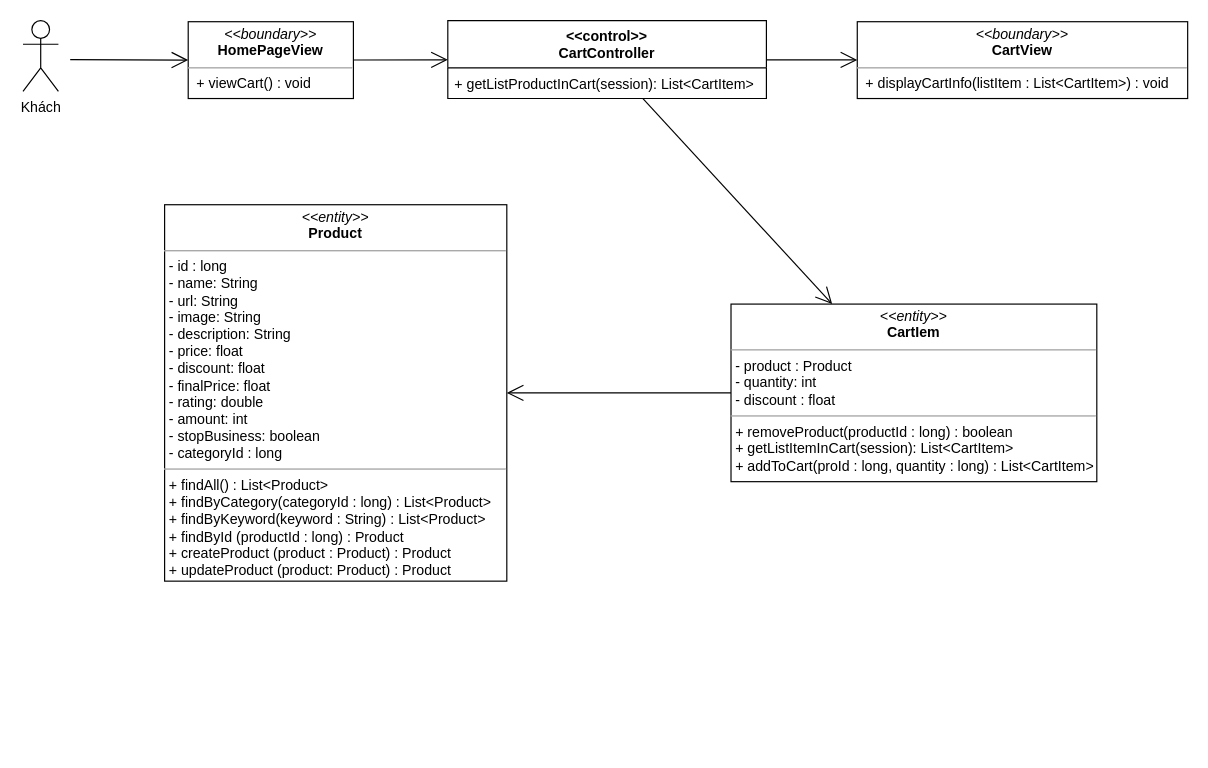
Before: class diagram/view-cart-class-diagram.drawio in nguyenphamvan/datn_20202, a draw.io diagram. Source tidied: cells renumbered, new cells numbered last; positions are measured from the earlier drawing's top-left corner, leaving out a move shared by most shapes. Both pictures are drawn from the tidied source at 118%, with x=0, y=0 at pixel (22, 20).
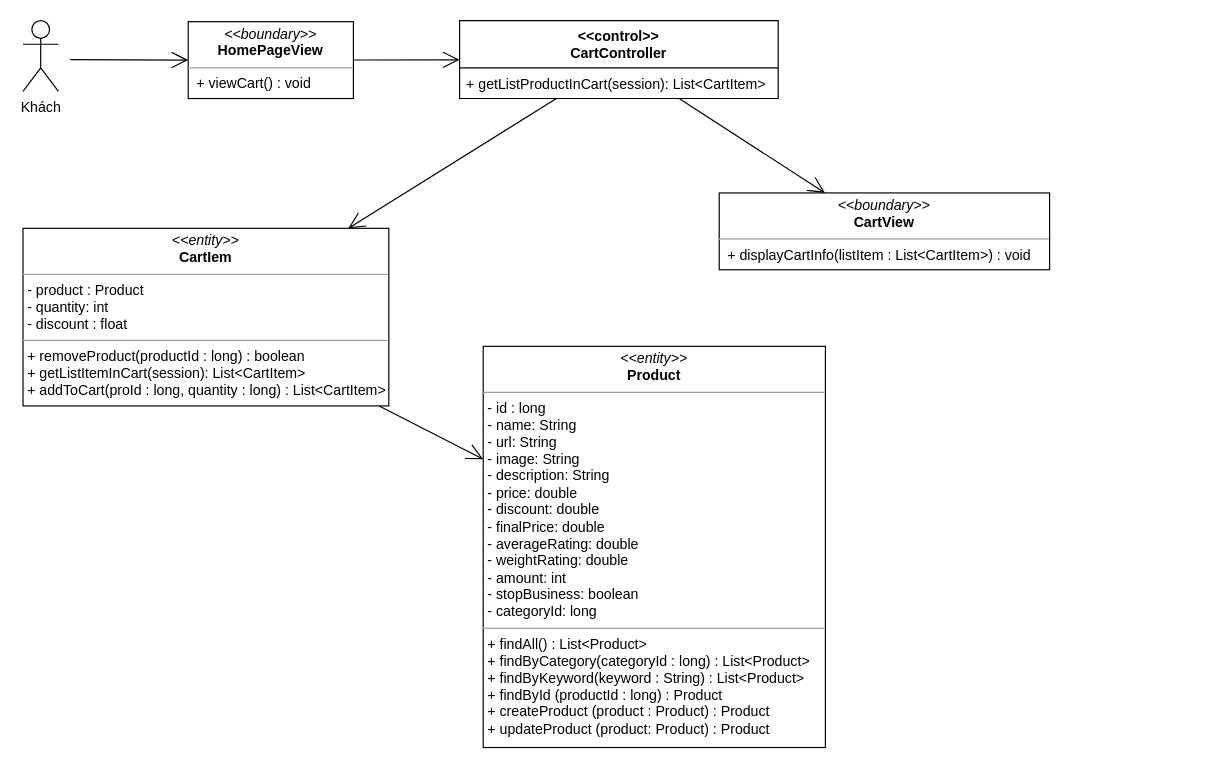
Above is the later version.

What changed in the source:
```diff
@@
 <mxGraphModel>
   <root>
     <mxCell id="0" />
     <mxCell id="1" parent="0" />
     <mxCell id="2" value="&lt;p style=&quot;margin: 0px ; margin-top: 4px ; text-align: center&quot;&gt;&lt;i&gt;&amp;lt;&amp;lt;boundary&amp;gt;&amp;gt;&lt;/i&gt;&lt;br&gt;&lt;b&gt;CartView&lt;/b&gt;&lt;/p&gt;&lt;hr size=&quot;1&quot;&gt;&lt;p style=&quot;margin: 0px ; margin-left: 4px&quot;&gt;&lt;span&gt;&amp;nbsp;+ displayCartInfo(listItem : List&amp;lt;CartItem&amp;gt;) : void&lt;br&gt;&lt;/span&gt;&lt;/p&gt;" style="verticalAlign=top;align=left;overflow=fill;fontSize=12;fontFamily=Helvetica;html=1;" parent="1" vertex="1">
-      <mxGeometry x="707" y="0.9" width="280" height="65.1" as="geometry" />
+      <mxGeometry x="590" y="146" width="280" height="65.1" as="geometry" />
     </mxCell>
     <mxCell id="3" value="&lt;p style=&quot;margin: 0px ; margin-top: 4px ; text-align: center&quot;&gt;&lt;i&gt;&amp;lt;&amp;lt;entity&amp;gt;&amp;gt;&lt;/i&gt;&lt;br&gt;&lt;b&gt;CartIem&lt;/b&gt;&lt;/p&gt;&lt;hr size=&quot;1&quot;&gt;&lt;p style=&quot;margin: 0px ; margin-left: 4px&quot;&gt;- product : Product&lt;/p&gt;&lt;p style=&quot;margin: 0px ; margin-left: 4px&quot;&gt;- quantity: int&lt;br&gt;- discount : float&lt;/p&gt;&lt;hr size=&quot;1&quot;&gt;&lt;p style=&quot;margin: 0px 0px 0px 4px&quot;&gt;+ removeProduct(productId : long) : boolean&lt;/p&gt;&lt;p style=&quot;margin: 0px 0px 0px 4px&quot;&gt;+ getListItemInCart(session): List&amp;lt;CartItem&amp;gt;&lt;/p&gt;&lt;p style=&quot;margin: 0px 0px 0px 4px&quot;&gt;+ addToCart(proId : long, quantity : long) : List&amp;lt;CartItem&amp;gt;&lt;/p&gt;" style="verticalAlign=top;align=left;overflow=fill;fontSize=12;fontFamily=Helvetica;html=1;" parent="1" vertex="1">
-      <mxGeometry x="600" y="240.2" width="310" height="150.5" as="geometry" />
+      <mxGeometry y="176" width="310" height="150.5" as="geometry" />
     </mxCell>
     <mxCell id="4" value="&lt;&lt;control&gt;&gt;&#10;CartController" style="swimlane;fontStyle=1;align=center;verticalAlign=top;horizontal=1;startSize=40;" parent="1" vertex="1">
-      <mxGeometry x="360" width="270" height="66" as="geometry" />
+      <mxGeometry x="370" width="270" height="66" as="geometry" />
     </mxCell>
     <mxCell id="5" value="+ getListProductInCart(session): List&lt;CartItem&gt;" style="text;strokeColor=none;fillColor=none;align=left;verticalAlign=top;spacingLeft=4;spacingRight=4;overflow=hidden;" parent="4" vertex="1">
       <mxGeometry y="40" width="270" height="26" as="geometry" />
     </mxCell>
     <mxCell id="6" style="endArrow=open;endFill=1;endSize=12;html=1;" parent="1" edge="1" source="4" target="3">
       <mxGeometry relative="1" as="geometry" />
     </mxCell>
     <mxCell id="7" value="&lt;p style=&quot;margin: 0px ; margin-top: 4px ; text-align: center&quot;&gt;&lt;i&gt;&amp;lt;&amp;lt;boundary&amp;gt;&amp;gt;&lt;/i&gt;&lt;br&gt;&lt;b&gt;HomePageView&lt;/b&gt;&lt;/p&gt;&lt;hr size=&quot;1&quot;&gt;&lt;p style=&quot;margin: 0px ; margin-left: 4px&quot;&gt;&lt;span&gt;&amp;nbsp;+ viewCart() : void&lt;br&gt;&lt;/span&gt;&lt;/p&gt;" style="verticalAlign=top;align=left;overflow=fill;fontSize=12;fontFamily=Helvetica;html=1;" parent="1" vertex="1">
       <mxGeometry x="140" y="0.9" width="140" height="65.1" as="geometry" />
     </mxCell>
     <mxCell id="8" style="endArrow=open;endFill=1;endSize=12;html=1;" parent="1" edge="1" source="7" target="4">
       <mxGeometry relative="1" as="geometry" />
     </mxCell>
     <mxCell id="9" style="endArrow=open;endFill=1;endSize=12;html=1;" parent="1" edge="1" source="4" target="2">
       <mxGeometry relative="1" as="geometry" />
     </mxCell>
-    <mxCell id="10" value="&lt;p style=&quot;margin: 0px ; margin-top: 4px ; text-align: center&quot;&gt;&lt;i&gt;&amp;lt;&amp;lt;entity&amp;gt;&amp;gt;&lt;/i&gt;&lt;br&gt;&lt;b&gt;Product&lt;/b&gt;&lt;/p&gt;&lt;hr size=&quot;1&quot;&gt;&lt;p style=&quot;margin: 0px ; margin-left: 4px&quot;&gt;- id : long&lt;/p&gt;&lt;p style=&quot;margin: 0px ; margin-left: 4px&quot;&gt;- name: String&lt;br&gt;- url: String&lt;/p&gt;&lt;p style=&quot;margin: 0px ; margin-left: 4px&quot;&gt;- image: String&lt;/p&gt;&lt;p style=&quot;margin: 0px ; margin-left: 4px&quot;&gt;- description: String&lt;/p&gt;&lt;p style=&quot;margin: 0px ; margin-left: 4px&quot;&gt;- price: float&lt;/p&gt;&lt;p style=&quot;margin: 0px ; margin-left: 4px&quot;&gt;- discount: float&lt;/p&gt;&lt;p style=&quot;margin: 0px ; margin-left: 4px&quot;&gt;- finalPrice: float&lt;/p&gt;&lt;p style=&quot;margin: 0px ; margin-left: 4px&quot;&gt;- rating: double&lt;/p&gt;&lt;p style=&quot;margin: 0px ; margin-left: 4px&quot;&gt;- amount: int&lt;/p&gt;&lt;p style=&quot;margin: 0px ; margin-left: 4px&quot;&gt;- stopBusiness: boolean&lt;/p&gt;&lt;p style=&quot;margin: 0px ; margin-left: 4px&quot;&gt;- categoryId : long&lt;/p&gt;&lt;hr size=&quot;1&quot;&gt;&lt;p style=&quot;margin: 0px 0px 0px 4px&quot;&gt;+ findAll() : List&amp;lt;Product&amp;gt;&lt;/p&gt;&lt;p style=&quot;margin: 0px 0px 0px 4px&quot;&gt;+ findByCategory(categoryId : long) : List&amp;lt;Product&amp;gt;&lt;/p&gt;&lt;p style=&quot;margin: 0px 0px 0px 4px&quot;&gt;+ findByKeyword(keyword : String) : List&amp;lt;Product&amp;gt;&lt;/p&gt;&lt;p style=&quot;margin: 0px 0px 0px 4px&quot;&gt;+ findById (productId : long) : Product&lt;/p&gt;&lt;p style=&quot;margin: 0px 0px 0px 4px&quot;&gt;+ createProduct (product : Product) : Product&lt;/p&gt;&lt;p style=&quot;margin: 0px 0px 0px 4px&quot;&gt;+ updateProduct (product: Product) : Product&lt;/p&gt;" style="verticalAlign=top;align=left;overflow=fill;fontSize=12;fontFamily=Helvetica;html=1;" parent="1" vertex="1">
-      <mxGeometry x="120" y="156" width="290" height="319" as="geometry" />
+    <mxCell id="10" value="&lt;p style=&quot;margin: 0px ; margin-top: 4px ; text-align: center&quot;&gt;&lt;i&gt;&amp;lt;&amp;lt;entity&amp;gt;&amp;gt;&lt;/i&gt;&lt;br&gt;&lt;b&gt;Product&lt;/b&gt;&lt;/p&gt;&lt;hr size=&quot;1&quot;&gt;&lt;p style=&quot;margin: 0px 0px 0px 4px&quot;&gt;- id : long&lt;/p&gt;&lt;p style=&quot;margin: 0px 0px 0px 4px&quot;&gt;- name: String&lt;br&gt;- url: String&lt;/p&gt;&lt;p style=&quot;margin: 0px 0px 0px 4px&quot;&gt;- image: String&lt;/p&gt;&lt;p style=&quot;margin: 0px 0px 0px 4px&quot;&gt;- description: String&lt;/p&gt;&lt;p style=&quot;margin: 0px 0px 0px 4px&quot;&gt;- price: double&lt;/p&gt;&lt;p style=&quot;margin: 0px 0px 0px 4px&quot;&gt;- discount: double&lt;/p&gt;&lt;p style=&quot;margin: 0px 0px 0px 4px&quot;&gt;- finalPrice: double&lt;/p&gt;&lt;p style=&quot;margin: 0px 0px 0px 4px&quot;&gt;- averageRating: double&lt;/p&gt;&lt;p style=&quot;margin: 0px 0px 0px 4px&quot;&gt;- weightRating: double&lt;/p&gt;&lt;p style=&quot;margin: 0px 0px 0px 4px&quot;&gt;- amount: int&lt;/p&gt;&lt;p style=&quot;margin: 0px 0px 0px 4px&quot;&gt;- stopBusiness: boolean&lt;/p&gt;&lt;p style=&quot;margin: 0px 0px 0px 4px&quot;&gt;- categoryId: long&lt;/p&gt;&lt;hr size=&quot;1&quot;&gt;&lt;p style=&quot;margin: 0px 0px 0px 4px&quot;&gt;+ findAll() : List&amp;lt;Product&amp;gt;&lt;/p&gt;&lt;p style=&quot;margin: 0px 0px 0px 4px&quot;&gt;+ findByCategory(categoryId : long) : List&amp;lt;Product&amp;gt;&lt;/p&gt;&lt;p style=&quot;margin: 0px 0px 0px 4px&quot;&gt;+ findByKeyword(keyword : String) : List&amp;lt;Product&amp;gt;&lt;/p&gt;&lt;p style=&quot;margin: 0px 0px 0px 4px&quot;&gt;+ findById (productId : long) : Product&lt;/p&gt;&lt;p style=&quot;margin: 0px 0px 0px 4px&quot;&gt;+ createProduct (product : Product) : Product&lt;/p&gt;&lt;p style=&quot;margin: 0px 0px 0px 4px&quot;&gt;+ updateProduct (product: Product) : Product&lt;/p&gt;" style="verticalAlign=top;align=left;overflow=fill;fontSize=12;fontFamily=Helvetica;html=1;" parent="1" vertex="1">
+      <mxGeometry x="390" y="276" width="290" height="340" as="geometry" />
     </mxCell>
     <mxCell id="11" style="endArrow=open;endFill=1;endSize=12;html=1;" parent="1" edge="1" source="3" target="10">
       <mxGeometry relative="1" as="geometry" />
     </mxCell>
     <mxCell id="12" value="Khách" style="shape=umlActor;verticalLabelPosition=bottom;verticalAlign=top;html=1;" parent="1" vertex="1">
       <mxGeometry width="30" height="60" as="geometry" />
     </mxCell>
     <mxCell id="13" style="endArrow=open;endFill=1;endSize=12;html=1;entryX=0;entryY=0.5;entryDx=0;entryDy=0;" parent="1" edge="1" target="7">
       <mxGeometry relative="1" as="geometry">
         <mxPoint x="40" y="33" as="sourcePoint" />
       </mxGeometry>
     </mxCell>
   </root>
 </mxGraphModel>
```
